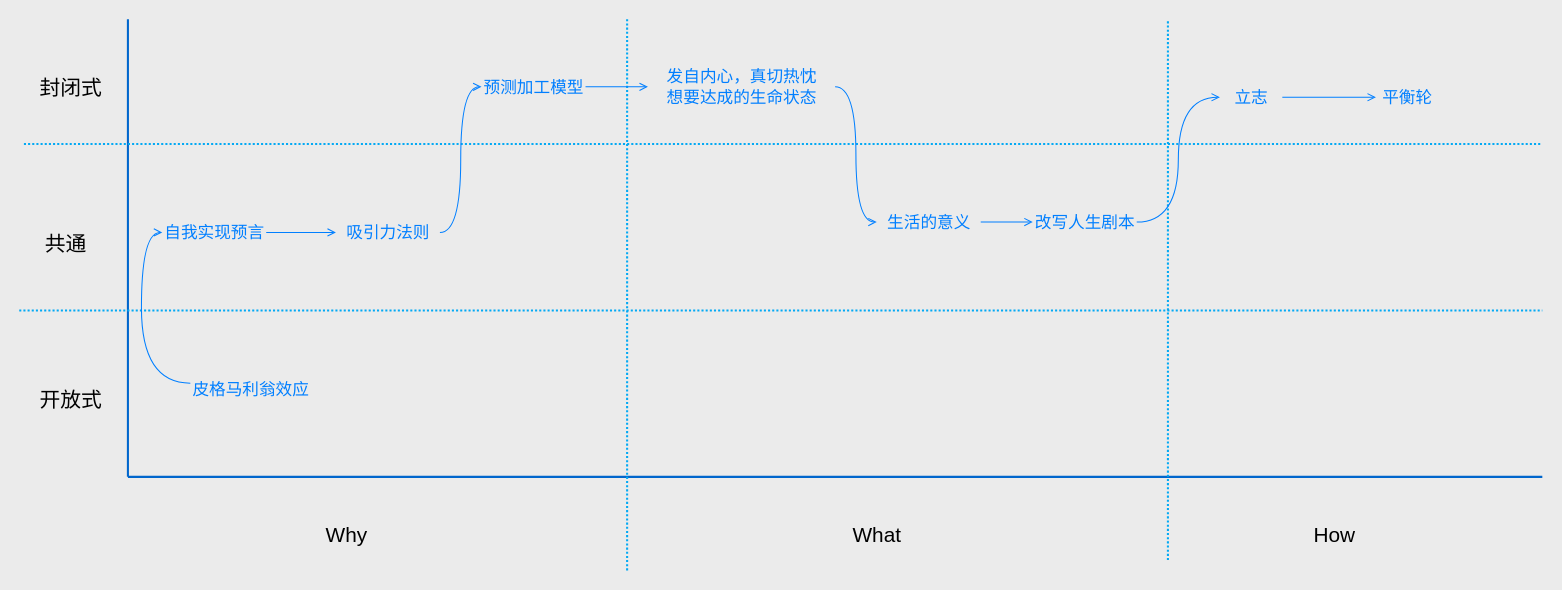
Above: page "愿景" (7 of 9) of 人生重启计划.drawio in youyusan/life_system (draw.io), before the change. Source tidied: cells renumbered, new cells numbered last; positions are measured from the earlier drawing's top-left corner, leaving out a move shared by most shapes. Both pictures are drawn from the tidied source at 104%, with x=0, y=0 at pixel (19, 19).
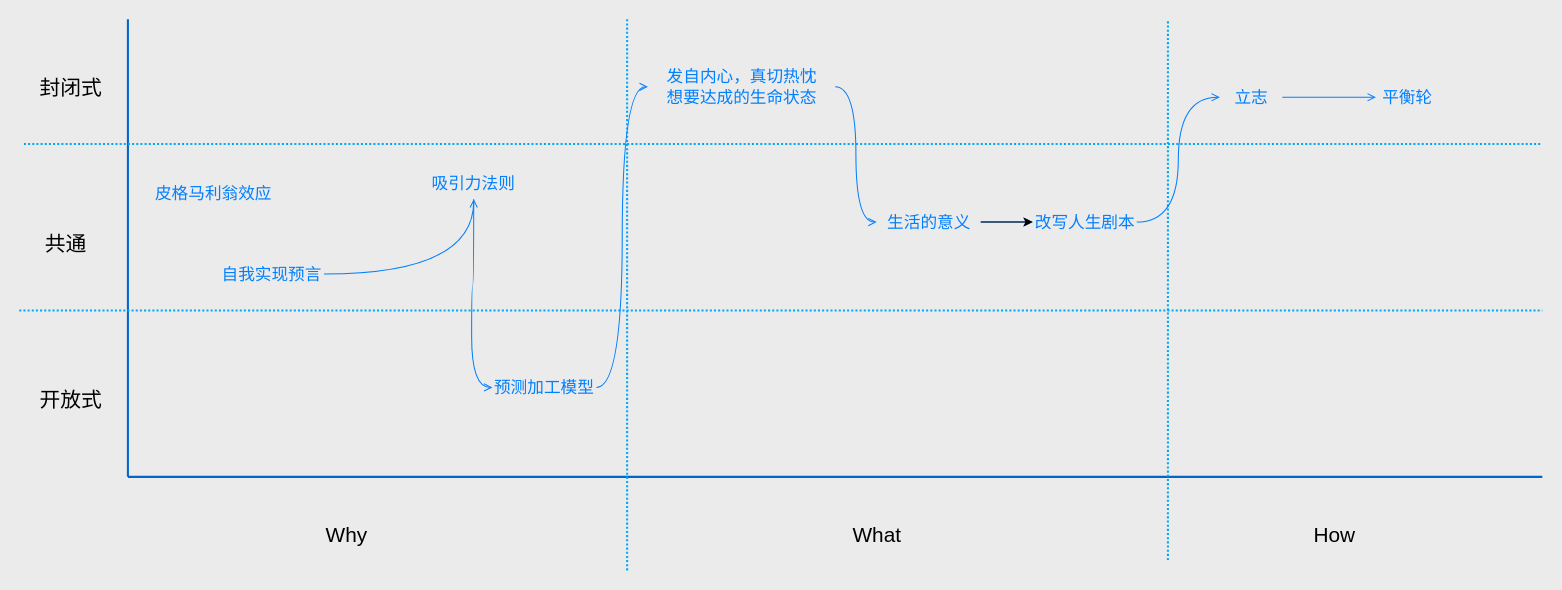
After the change.

Commit message:
更新人生重启计划.drawio

The change refers to these unchanged cells:
```xml
<mxCell id="18" value="发自内心，真切热忱&lt;br&gt;想要达成的生命状态" style="text;html=1;align=center;verticalAlign=middle;whiteSpace=wrap;rounded=0;fontSize=16;fontFamily=Helvetica;fontColor=#007FFF;" parent="1" vertex="1">
  <mxGeometry x="604.5" y="50" width="180" height="30" as="geometry" />
</mxCell>
<mxCell id="21" value="生活的意义" style="text;html=1;align=center;verticalAlign=middle;whiteSpace=wrap;rounded=0;fontSize=16;fontFamily=Helvetica;fontColor=#007FFF;" parent="1" vertex="1">
  <mxGeometry x="824.5" y="180" width="100" height="30" as="geometry" />
</mxCell>
<mxCell id="23" value="改写人生剧本" style="text;html=1;align=center;verticalAlign=middle;whiteSpace=wrap;rounded=0;fontSize=16;fontFamily=Helvetica;fontColor=#007FFF;" parent="1" vertex="1">
  <mxGeometry x="974.5" y="180" width="100" height="30" as="geometry" />
</mxCell>
```

Change to the diagram source:
```diff
@@
     <mxCell id="14" value="自我实现预言" style="text;html=1;align=center;verticalAlign=middle;whiteSpace=wrap;rounded=0;fontSize=16;fontFamily=Helvetica;fontColor=#007FFF;" parent="1" vertex="1">
-      <mxGeometry x="137.5" y="190" width="100" height="30" as="geometry" />
+      <mxGeometry x="193" y="230" width="100" height="30" as="geometry" />
     </mxCell>
-    <mxCell id="15" style="edgeStyle=orthogonalEdgeStyle;shape=connector;curved=1;rounded=0;jettySize=auto;html=1;entryX=0;entryY=0.5;entryDx=0;entryDy=0;strokeColor=#007FFF;align=center;verticalAlign=middle;fontFamily=Helvetica;fontSize=11;fontColor=default;labelBackgroundColor=default;endArrow=open;endFill=0;exitX=0;exitY=0.25;exitDx=0;exitDy=0;" parent="1" edge="1" source="16" target="14">
-      <mxGeometry relative="1" as="geometry" />
-    </mxCell>
     <mxCell id="16" value="皮格马利翁效应" style="text;whiteSpace=wrap;fontFamily=Helvetica;fontSize=16;fontColor=#007FFF;" parent="1" vertex="1">
-      <mxGeometry x="164.5" y="340" width="120" height="40" as="geometry" />
+      <mxGeometry x="129" y="151" width="120" height="40" as="geometry" />
     </mxCell>
@@
+    <mxCell id="31" style="edgeStyle=orthogonalEdgeStyle;rounded=0;jettySize=auto;html=1;" parent="1" edge="1" source="21" target="23">
+      <mxGeometry relative="1" as="geometry" />
+    </mxCell>
@@
     <mxCell id="25" value="吸引力法则" style="text;html=1;align=center;verticalAlign=middle;whiteSpace=wrap;rounded=0;fontSize=16;fontFamily=Helvetica;fontColor=#007FFF;" parent="1" vertex="1">
-      <mxGeometry x="304.5" y="190" width="100" height="30" as="geometry" />
+      <mxGeometry x="387" y="143" width="100" height="30" as="geometry" />
     </mxCell>
@@
-    <mxCell id="29" style="edgeStyle=orthogonalEdgeStyle;shape=connector;curved=1;rounded=0;jettySize=auto;html=1;strokeColor=#007FFF;align=center;verticalAlign=middle;fontFamily=Helvetica;fontSize=11;fontColor=default;labelBackgroundColor=default;endArrow=open;endFill=0;" parent="1" edge="1" source="30" target="18">
+    <mxCell id="29" style="edgeStyle=orthogonalEdgeStyle;shape=connector;curved=1;rounded=0;jettySize=auto;html=1;strokeColor=#007FFF;align=center;verticalAlign=middle;fontFamily=Helvetica;fontSize=11;fontColor=default;labelBackgroundColor=default;endArrow=open;endFill=0;entryX=0;entryY=0.5;entryDx=0;entryDy=0;" parent="1" edge="1" source="30" target="18">
       <mxGeometry relative="1" as="geometry" />
     </mxCell>
     <mxCell id="30" value="预测加工模型" style="text;html=1;align=center;verticalAlign=middle;whiteSpace=wrap;rounded=0;fontSize=16;fontFamily=Helvetica;fontColor=#007FFF;" parent="1" vertex="1">
-      <mxGeometry x="444.5" y="50" width="100" height="30" as="geometry" />
+      <mxGeometry x="455" y="339" width="100" height="30" as="geometry" />
     </mxCell>
```
